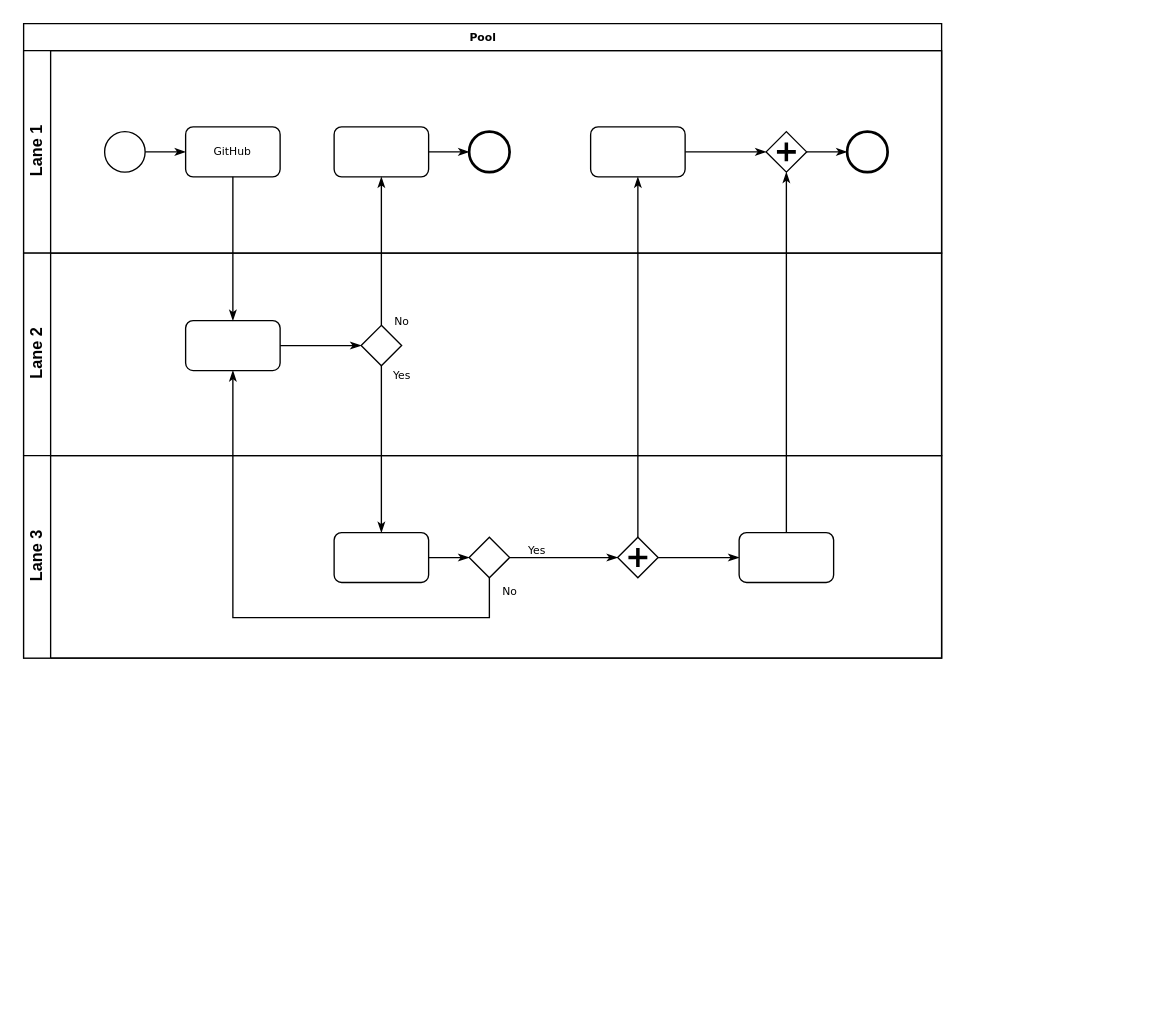
This is GitHub.drawio from qixiangcn/QXCN, a draw.io file, before an edit. Source tidied: cells renumbered, new cells numbered last; positions are measured from the earlier drawing's top-left corner, leaving out a move shared by most shapes. Both pictures are drawn from the tidied source at 135%, with x=0, y=0 at pixel (23, 23).
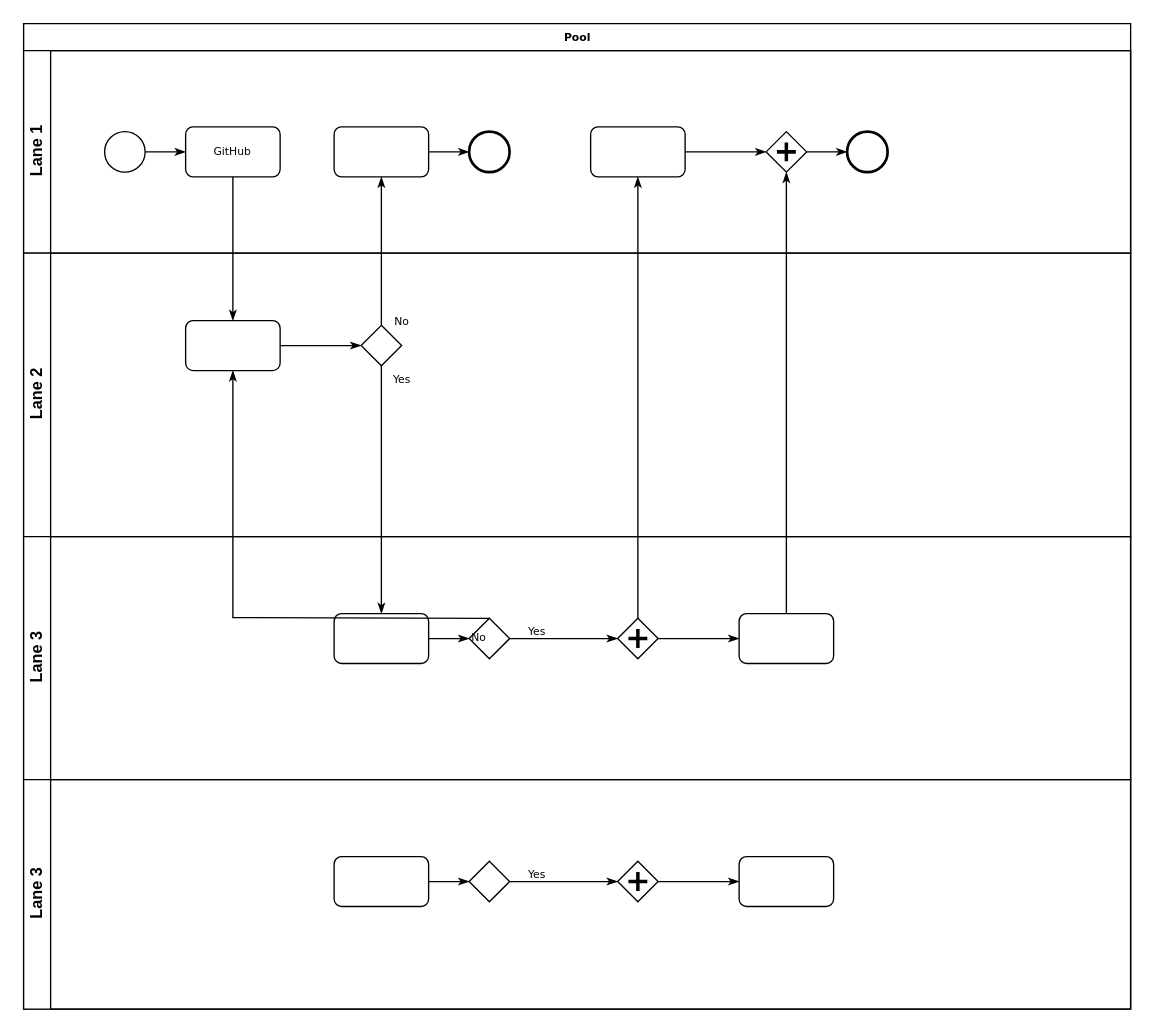
The same diagram, later.

Diff of the diagram source:
```diff
@@
     <mxCell id="2" value="Pool" style="swimlane;html=1;horizontal=1;startSize=20;rounded=0;shadow=0;labelBackgroundColor=none;strokeWidth=1;fontFamily=Verdana;fontSize=8;align=center;" parent="1" vertex="1">
-      <mxGeometry width="680" height="470" as="geometry" />
+      <mxGeometry width="820" height="730" as="geometry" />
     </mxCell>
     <mxCell id="3" value="Lane 1" style="swimlane;html=1;startSize=20;horizontal=0;" parent="2" vertex="1">
-      <mxGeometry y="20" width="680" height="150" as="geometry" />
+      <mxGeometry y="20" width="820" height="150" as="geometry" />
     </mxCell>
@@
     <mxCell id="15" value="Lane 2" style="swimlane;html=1;startSize=20;horizontal=0;" parent="2" vertex="1">
-      <mxGeometry y="170" width="680" height="150" as="geometry" />
+      <mxGeometry y="170" width="820" height="210" as="geometry" />
     </mxCell>
@@
     <mxCell id="19" value="Lane 3" style="swimlane;html=1;startSize=20;horizontal=0;" parent="2" vertex="1">
-      <mxGeometry y="320" width="680" height="150" as="geometry" />
+      <mxGeometry y="380" width="820" height="180" as="geometry" />
     </mxCell>
@@
+    <mxCell id="33" value="Lane 3" style="swimlane;html=1;startSize=20;horizontal=0;" parent="2" vertex="1">
+      <mxGeometry y="560" width="820" height="170" as="geometry" />
+    </mxCell>
+    <mxCell id="34" style="edgeStyle=orthogonalEdgeStyle;rounded=0;html=1;labelBackgroundColor=none;startArrow=none;startFill=0;startSize=5;endArrow=classicThin;endFill=1;endSize=5;jettySize=auto;strokeWidth=1;fontFamily=Verdana;fontSize=8;" parent="33" edge="1" source="35" target="37">
+      <mxGeometry relative="1" as="geometry" />
+    </mxCell>
+    <mxCell id="35" style="rounded=1;whiteSpace=wrap;html=1;shadow=0;labelBackgroundColor=none;strokeWidth=1;fontFamily=Verdana;fontSize=8;align=center;" parent="33" vertex="1">
+      <mxGeometry x="230" y="57" width="70" height="37" as="geometry" />
+    </mxCell>
+    <mxCell id="36" value="Yes" style="edgeStyle=orthogonalEdgeStyle;rounded=0;html=1;entryX=0;entryY=0.5;labelBackgroundColor=none;startArrow=none;startFill=0;startSize=5;endArrow=classicThin;endFill=1;endSize=5;jettySize=auto;strokeWidth=1;fontFamily=Verdana;fontSize=8;" parent="33" edge="1" source="37" target="39">
+      <mxGeometry x="-0.5" y="6" relative="1" as="geometry" />
+    </mxCell>
+    <mxCell id="37" style="strokeWidth=1;html=1;shape=mxgraph.flowchart.decision;whiteSpace=wrap;rounded=1;shadow=0;labelBackgroundColor=none;fontFamily=Verdana;fontSize=8;align=center;" parent="33" vertex="1">
+      <mxGeometry x="330" y="60.5" width="30" height="30" as="geometry" />
+    </mxCell>
+    <mxCell id="38" style="edgeStyle=orthogonalEdgeStyle;rounded=0;html=1;labelBackgroundColor=none;startArrow=none;startFill=0;startSize=5;endArrow=classicThin;endFill=1;endSize=5;jettySize=auto;strokeColor=#000000;strokeWidth=1;fontFamily=Verdana;fontSize=8;fontColor=#000000;" parent="33" edge="1" source="39" target="40">
+      <mxGeometry relative="1" as="geometry" />
+    </mxCell>
+    <mxCell id="39" style="shape=mxgraph.bpmn.shape;html=1;verticalLabelPosition=bottom;labelBackgroundColor=#ffffff;verticalAlign=top;perimeter=rhombusPerimeter;background=gateway;outline=none;symbol=parallelGw;rounded=1;shadow=0;strokeWidth=1;fontFamily=Verdana;fontSize=8;align=center;" parent="33" vertex="1">
+      <mxGeometry x="440" y="60.5" width="30" height="30" as="geometry" />
+    </mxCell>
+    <mxCell id="40" style="rounded=1;whiteSpace=wrap;html=1;shadow=0;labelBackgroundColor=none;strokeWidth=1;fontFamily=Verdana;fontSize=8;align=center;" parent="33" vertex="1">
+      <mxGeometry x="530" y="57" width="70" height="37" as="geometry" />
+    </mxCell>
```
